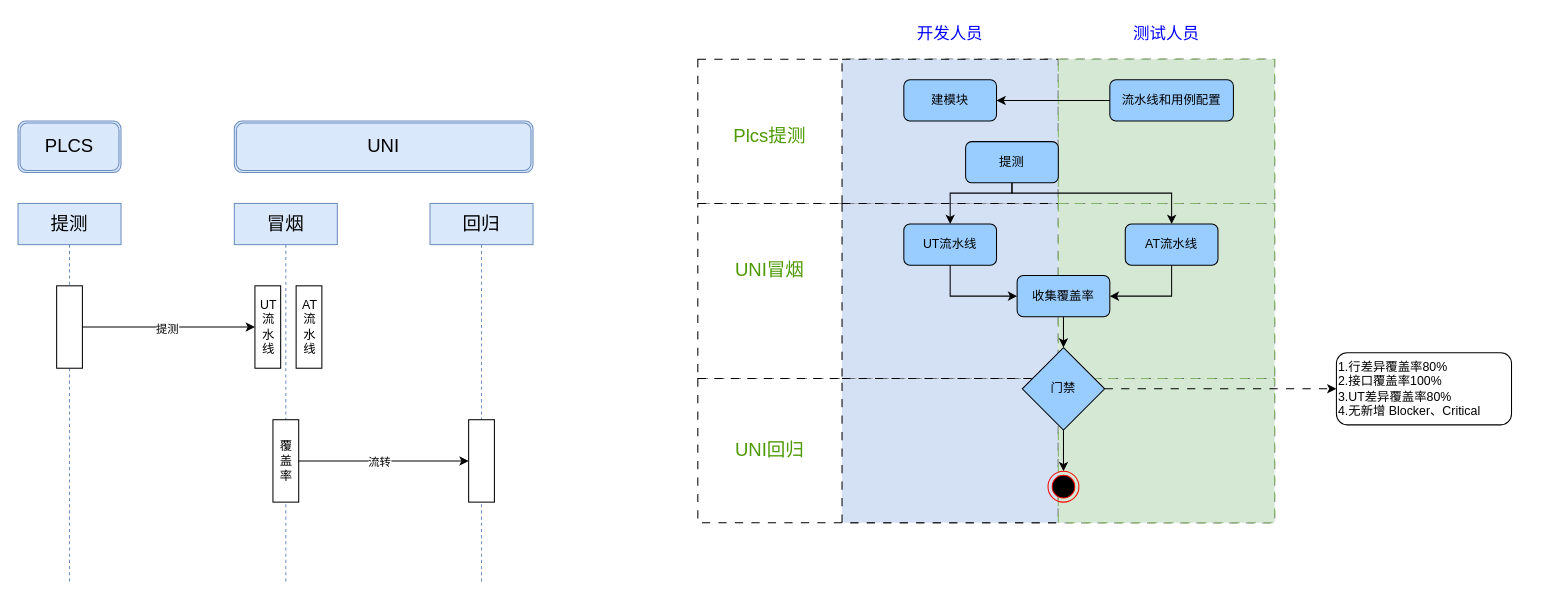
This is 唯品会/快验.drawio from CoconutLoveCoffee/diagrams, a draw.io file, before an edit. Source tidied: cells renumbered, new cells numbered last; positions are measured from the earlier drawing's top-left corner, leaving out a move shared by most shapes. Both pictures are drawn from the tidied source at 103%, with x=0, y=0 at pixel (18, 18).
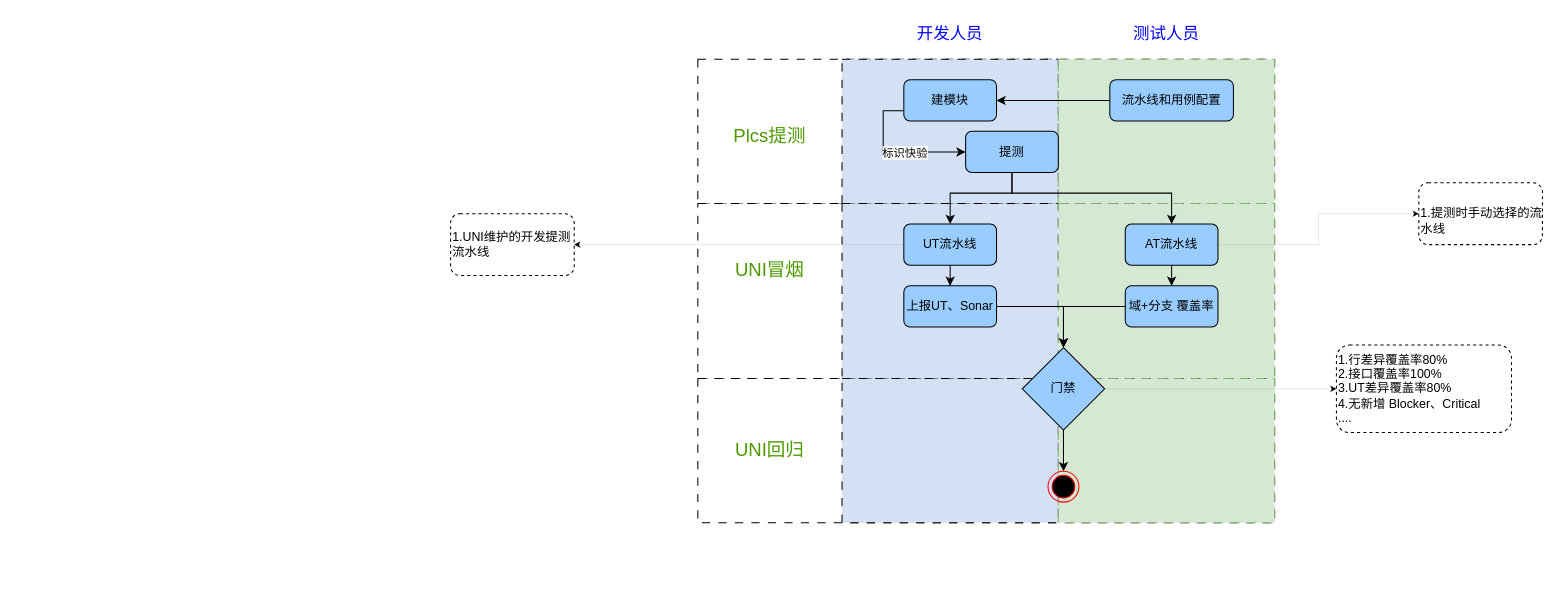
The same page after the edit.

Unchanged cells that the change refers to:
```xml
<mxCell id="30" value="建模块" style="rounded=1;whiteSpace=wrap;html=1;fillColor=#99CCFF;" parent="1" vertex="1">
  <mxGeometry x="860" y="60" width="90" height="40" as="geometry" />
</mxCell>
<mxCell id="32" value="UT流水线" style="rounded=1;whiteSpace=wrap;html=1;fillColor=#99CCFF;" parent="1" vertex="1">
  <mxGeometry x="860" y="200" width="90" height="40" as="geometry" />
</mxCell>
<mxCell id="34" value="AT流水线" style="rounded=1;whiteSpace=wrap;html=1;fillColor=#99CCFF;" parent="1" vertex="1">
  <mxGeometry x="1075" y="200" width="90" height="40" as="geometry" />
</mxCell>
<mxCell id="44" value="门禁" style="rhombus;whiteSpace=wrap;html=1;fillColor=#99CCFF;" parent="1" vertex="1">
  <mxGeometry x="975" y="320" width="80" height="80" as="geometry" />
</mxCell>
```

Change to the diagram source:
```diff
@@
-    <mxCell id="3" value="&lt;div&gt;&lt;span style=&quot;font-size: 18px;&quot;&gt;PLCS&lt;/span&gt;&lt;/div&gt;" style="shape=ext;double=1;rounded=1;whiteSpace=wrap;html=1;fillColor=#dae8fc;strokeColor=#6c8ebf;" parent="1" vertex="1">
-      <mxGeometry y="100" width="100" height="50" as="geometry" />
-    </mxCell>
-    <mxCell id="4" value="&lt;div&gt;&lt;span style=&quot;font-size: 18px;&quot;&gt;UNI&lt;/span&gt;&lt;/div&gt;" style="shape=ext;double=1;rounded=1;whiteSpace=wrap;html=1;fillColor=#dae8fc;strokeColor=#6c8ebf;" parent="1" vertex="1">
-      <mxGeometry x="210" y="100" width="290" height="50" as="geometry" />
-    </mxCell>
-    <mxCell id="5" value="&lt;span style=&quot;font-size: 18px;&quot;&gt;提测&lt;/span&gt;" style="shape=umlLifeline;perimeter=lifelinePerimeter;whiteSpace=wrap;html=1;newEdgeStyle={&quot;curved&quot;:0,&quot;rounded&quot;:0};fillColor=#dae8fc;strokeColor=#6c8ebf;" parent="1" vertex="1">
-      <mxGeometry y="180" width="100" height="370" as="geometry" />
-    </mxCell>
-    <mxCell id="6" style="html=1;points=[[0,0,0,0,5],[0,1,0,0,-5],[1,0,0,0,5],[1,1,0,0,-5]];perimeter=orthogonalPerimeter;outlineConnect=0;targetShapes=umlLifeline;portConstraint=eastwest;newEdgeStyle={&quot;curved&quot;:0,&quot;rounded&quot;:0};" parent="5" vertex="1">
-      <mxGeometry x="37.5" y="80" width="25" height="80" as="geometry" />
-    </mxCell>
-    <mxCell id="7" value="&lt;span style=&quot;font-size: 18px;&quot;&gt;冒烟&lt;/span&gt;" style="shape=umlLifeline;perimeter=lifelinePerimeter;whiteSpace=wrap;html=1;newEdgeStyle={&quot;curved&quot;:0,&quot;rounded&quot;:0};fillColor=#dae8fc;strokeColor=#6c8ebf;" parent="1" vertex="1">
-      <mxGeometry x="210" y="180" width="100" height="370" as="geometry" />
-    </mxCell>
-    <mxCell id="8" value="UT&lt;div&gt;流&lt;/div&gt;&lt;div&gt;水&lt;/div&gt;&lt;div&gt;线&lt;/div&gt;" style="html=1;points=[[0,0,0,0,5],[0,1,0,0,-5],[1,0,0,0,5],[1,1,0,0,-5]];perimeter=orthogonalPerimeter;outlineConnect=0;targetShapes=umlLifeline;portConstraint=eastwest;newEdgeStyle={&quot;curved&quot;:0,&quot;rounded&quot;:0};" parent="7" vertex="1">
-      <mxGeometry x="20" y="80" width="25" height="80" as="geometry" />
-    </mxCell>
-    <mxCell id="9" value="AT&lt;div&gt;流&lt;/div&gt;&lt;div&gt;水&lt;/div&gt;&lt;div&gt;线&lt;/div&gt;" style="html=1;perimeter=orthogonalPerimeter;targetShapes=umlLifeline;newEdgeStyle={&quot;curved&quot;:0,&quot;rounded&quot;:0};" parent="7" vertex="1">
-      <mxGeometry x="60" y="80" width="25" height="80" as="geometry" />
-    </mxCell>
-    <mxCell id="10" value="覆&lt;div&gt;盖&lt;/div&gt;&lt;div&gt;率&lt;/div&gt;" style="html=1;points=[[0,0,0,0,5],[0,1,0,0,-5],[1,0,0,0,5],[1,1,0,0,-5]];perimeter=orthogonalPerimeter;outlineConnect=0;targetShapes=umlLifeline;portConstraint=eastwest;newEdgeStyle={&quot;curved&quot;:0,&quot;rounded&quot;:0};" parent="7" vertex="1">
-      <mxGeometry x="37.5" y="210" width="25" height="80" as="geometry" />
-    </mxCell>
-    <mxCell id="11" value="&lt;span style=&quot;font-size: 18px;&quot;&gt;回归&lt;/span&gt;" style="shape=umlLifeline;perimeter=lifelinePerimeter;whiteSpace=wrap;html=1;newEdgeStyle={&quot;curved&quot;:0,&quot;rounded&quot;:0};fillColor=#dae8fc;strokeColor=#6c8ebf;" parent="1" vertex="1">
-      <mxGeometry x="400" y="180" width="100" height="370" as="geometry" />
-    </mxCell>
-    <mxCell id="12" style="html=1;points=[[0,0,0,0,5],[0,1,0,0,-5],[1,0,0,0,5],[1,1,0,0,-5]];perimeter=orthogonalPerimeter;outlineConnect=0;targetShapes=umlLifeline;portConstraint=eastwest;newEdgeStyle={&quot;curved&quot;:0,&quot;rounded&quot;:0};" parent="11" vertex="1">
-      <mxGeometry x="37.5" y="210" width="25" height="80" as="geometry" />
-    </mxCell>
-    <mxCell id="13" style="edgeStyle=orthogonalEdgeStyle;rounded=0;jettySize=auto;html=1;curved=0;" parent="1" edge="1" source="6" target="8">
-      <mxGeometry relative="1" as="geometry" />
-    </mxCell>
-    <mxCell id="14" value="提测" style="edgeLabel;html=1;align=center;verticalAlign=middle;" parent="13" vertex="1">
-      <mxGeometry x="-0.03" y="-1" relative="1" as="geometry">
-        <mxPoint x="1" as="offset" />
-      </mxGeometry>
-    </mxCell>
-    <mxCell id="15" style="edgeStyle=orthogonalEdgeStyle;rounded=0;jettySize=auto;html=1;curved=0;" parent="1" edge="1" source="10" target="12">
-      <mxGeometry relative="1" as="geometry" />
-    </mxCell>
-    <mxCell id="16" value="流转" style="edgeLabel;html=1;align=center;verticalAlign=middle;" parent="15" vertex="1">
-      <mxGeometry x="-0.06" relative="1" as="geometry" />
-    </mxCell>
@@
+    <mxCell id="47" style="edgeStyle=orthogonalEdgeStyle;rounded=0;jettySize=auto;html=1;entryX=0;entryY=0.5;entryDx=0;entryDy=0;exitX=0;exitY=0.75;exitDx=0;exitDy=0;" parent="1" edge="1" source="30" target="39">
+      <mxGeometry relative="1" as="geometry" />
+    </mxCell>
+    <mxCell id="48" value="标识快验" style="edgeLabel;html=1;align=center;verticalAlign=middle;" parent="47" vertex="1">
+      <mxGeometry x="0.14" relative="1" as="geometry" />
+    </mxCell>
@@
-    <mxCell id="31" style="edgeStyle=orthogonalEdgeStyle;rounded=0;jettySize=auto;html=1;entryX=0;entryY=0.5;entryDx=0;entryDy=0;" parent="1" edge="1" source="32" target="41">
-      <mxGeometry relative="1" as="geometry">
-        <Array as="points">
-          <mxPoint x="905" y="270" />
-        </Array>
-      </mxGeometry>
-    </mxCell>
+    <mxCell id="49" style="edgeStyle=orthogonalEdgeStyle;rounded=0;jettySize=auto;html=1;" parent="1" edge="1" source="32" target="53">
+      <mxGeometry relative="1" as="geometry" />
+    </mxCell>
+    <mxCell id="50" style="edgeStyle=orthogonalEdgeStyle;rounded=0;jettySize=auto;html=1;entryX=1;entryY=0.5;entryDx=0;entryDy=0;dashed=1;strokeWidth=0;" parent="1" edge="1" source="32" target="54">
+      <mxGeometry relative="1" as="geometry" />
+    </mxCell>
@@
-    <mxCell id="33" style="edgeStyle=orthogonalEdgeStyle;rounded=0;jettySize=auto;html=1;entryX=1;entryY=0.5;entryDx=0;entryDy=0;" parent="1" edge="1" source="34" target="41">
-      <mxGeometry relative="1" as="geometry">
-        <Array as="points">
-          <mxPoint x="1120" y="270" />
-        </Array>
-      </mxGeometry>
+    <mxCell id="33" style="edgeStyle=orthogonalEdgeStyle;rounded=0;jettySize=auto;html=1;entryX=0.5;entryY=0;entryDx=0;entryDy=0;" parent="1" edge="1" source="34" target="41">
+      <mxGeometry relative="1" as="geometry" />
     </mxCell>
+    <mxCell id="51" style="edgeStyle=orthogonalEdgeStyle;rounded=0;jettySize=auto;html=1;entryX=0;entryY=0.5;entryDx=0;entryDy=0;dashed=1;strokeWidth=0;" parent="1" edge="1" source="34" target="55">
+      <mxGeometry relative="1" as="geometry" />
+    </mxCell>
@@
     <mxCell id="39" value="提测" style="rounded=1;whiteSpace=wrap;html=1;fillColor=#99CCFF;" parent="1" vertex="1">
-      <mxGeometry x="920" y="120" width="90" height="40" as="geometry" />
+      <mxGeometry x="920" y="110" width="90" height="40" as="geometry" />
     </mxCell>
-    <mxCell id="40" style="edgeStyle=orthogonalEdgeStyle;rounded=0;jettySize=auto;html=1;" parent="1" edge="1" source="41" target="44">
+    <mxCell id="40" style="edgeStyle=orthogonalEdgeStyle;rounded=0;jettySize=auto;html=1;entryX=0.5;entryY=0;entryDx=0;entryDy=0;" parent="1" edge="1" source="41" target="44">
       <mxGeometry relative="1" as="geometry" />
     </mxCell>
-    <mxCell id="41" value="收集覆盖率" style="rounded=1;whiteSpace=wrap;html=1;fillColor=#99CCFF;" parent="1" vertex="1">
-      <mxGeometry x="970" y="250" width="90" height="40" as="geometry" />
+    <mxCell id="41" value="域+分支 覆盖率" style="rounded=1;whiteSpace=wrap;html=1;fillColor=#99CCFF;" parent="1" vertex="1">
+      <mxGeometry x="1075" y="260" width="90" height="40" as="geometry" />
     </mxCell>
-    <mxCell id="42" style="edgeStyle=orthogonalEdgeStyle;rounded=0;jettySize=auto;html=1;exitX=1;exitY=0.5;exitDx=0;exitDy=0;dashed=1;dashPattern=8 8;" parent="1" edge="1" source="44" target="45">
+    <mxCell id="42" style="edgeStyle=orthogonalEdgeStyle;rounded=0;jettySize=auto;html=1;exitX=1;exitY=0.5;exitDx=0;exitDy=0;dashed=1;strokeWidth=0;" parent="1" edge="1" source="44" target="45">
       <mxGeometry relative="1" as="geometry" />
     </mxCell>
@@
-    <mxCell id="45" value="1.行差异覆盖率80%&lt;div&gt;2.接口覆盖率100%&lt;/div&gt;&lt;div&gt;3.UT差异覆盖率80%&lt;/div&gt;&lt;div&gt;4.无新增 Blocker、Critical&lt;/div&gt;" style="rounded=1;whiteSpace=wrap;html=1;align=left;" parent="1" vertex="1">
-      <mxGeometry x="1280" y="325" width="170" height="70" as="geometry" />
+    <mxCell id="45" value="1.行差异覆盖率80%&lt;div&gt;2.接口覆盖率100%&lt;/div&gt;&lt;div&gt;3.UT差异覆盖率80%&lt;/div&gt;&lt;div&gt;4.无新增 Blocker、Critical&lt;/div&gt;&lt;div&gt;....&lt;/div&gt;" style="rounded=1;whiteSpace=wrap;html=1;align=left;dashed=1;" parent="1" vertex="1">
+      <mxGeometry x="1280" y="317.5" width="170" height="85" as="geometry" />
     </mxCell>
@@
+    <mxCell id="52" style="edgeStyle=orthogonalEdgeStyle;rounded=0;jettySize=auto;html=1;" parent="1" edge="1" source="53" target="44">
+      <mxGeometry relative="1" as="geometry" />
+    </mxCell>
+    <mxCell id="53" value="上报UT、Sonar" style="rounded=1;whiteSpace=wrap;html=1;fillColor=#99CCFF;" parent="1" vertex="1">
+      <mxGeometry x="860" y="260" width="90" height="40" as="geometry" />
+    </mxCell>
+    <mxCell id="54" value="1.UNI维护的开发提测流水线" style="rounded=1;whiteSpace=wrap;html=1;dashed=1;align=left;" parent="1" vertex="1">
+      <mxGeometry x="420" y="190" width="120" height="60" as="geometry" />
+    </mxCell>
+    <mxCell id="55" value="&lt;div&gt;&lt;br&gt;&lt;/div&gt;&lt;div&gt;1.提测时手动选择的流水线&lt;/div&gt;" style="rounded=1;whiteSpace=wrap;html=1;dashed=1;align=left;" parent="1" vertex="1">
+      <mxGeometry x="1360" y="160" width="120" height="60" as="geometry" />
+    </mxCell>
```
